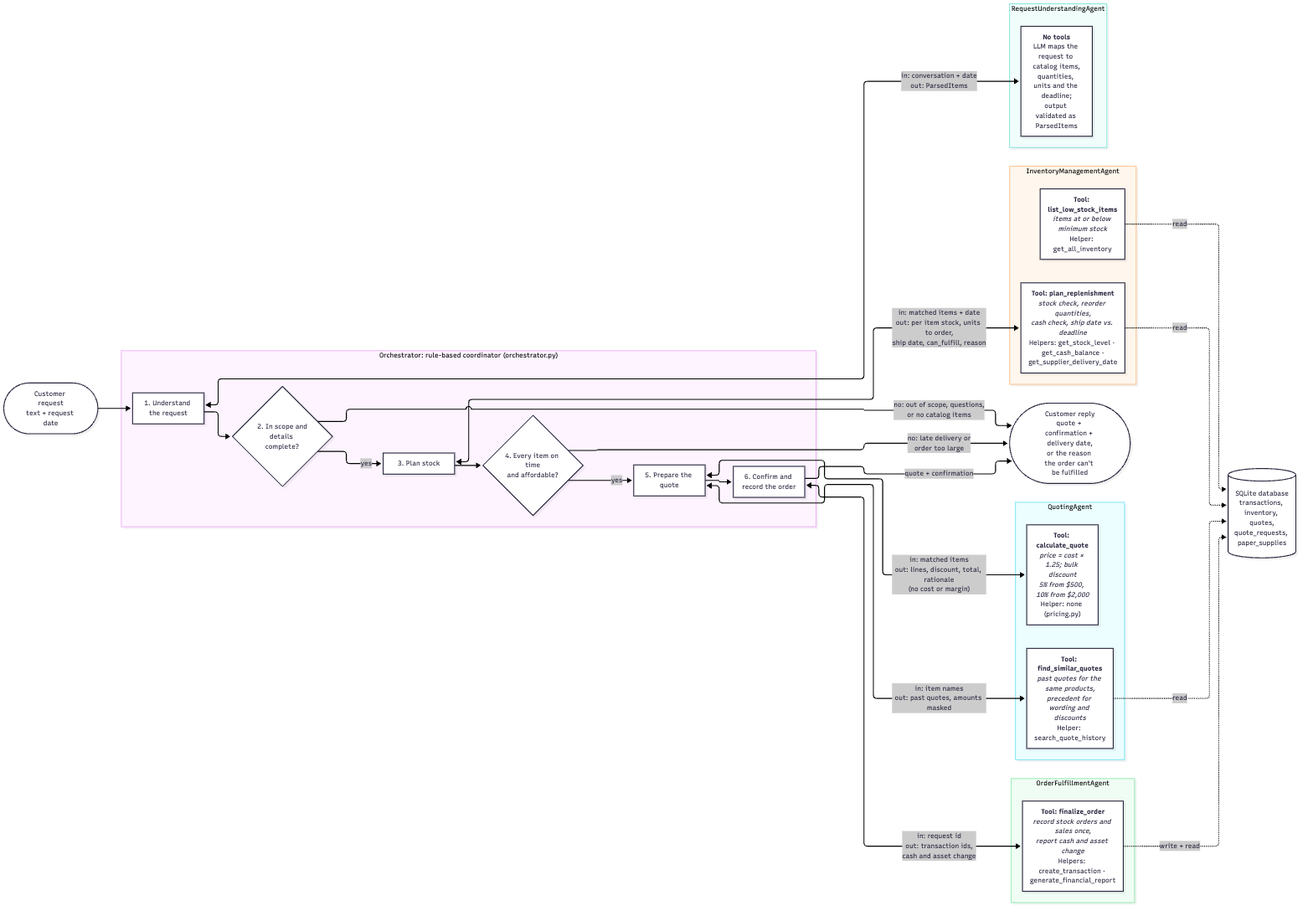
Earlier version of the Mermaid export agent_workflow_diagram.png (trzhang-ai/munder-difflin-multi-agent-system). Its source is kept beside it as agent_workflow_diagram.mmd.
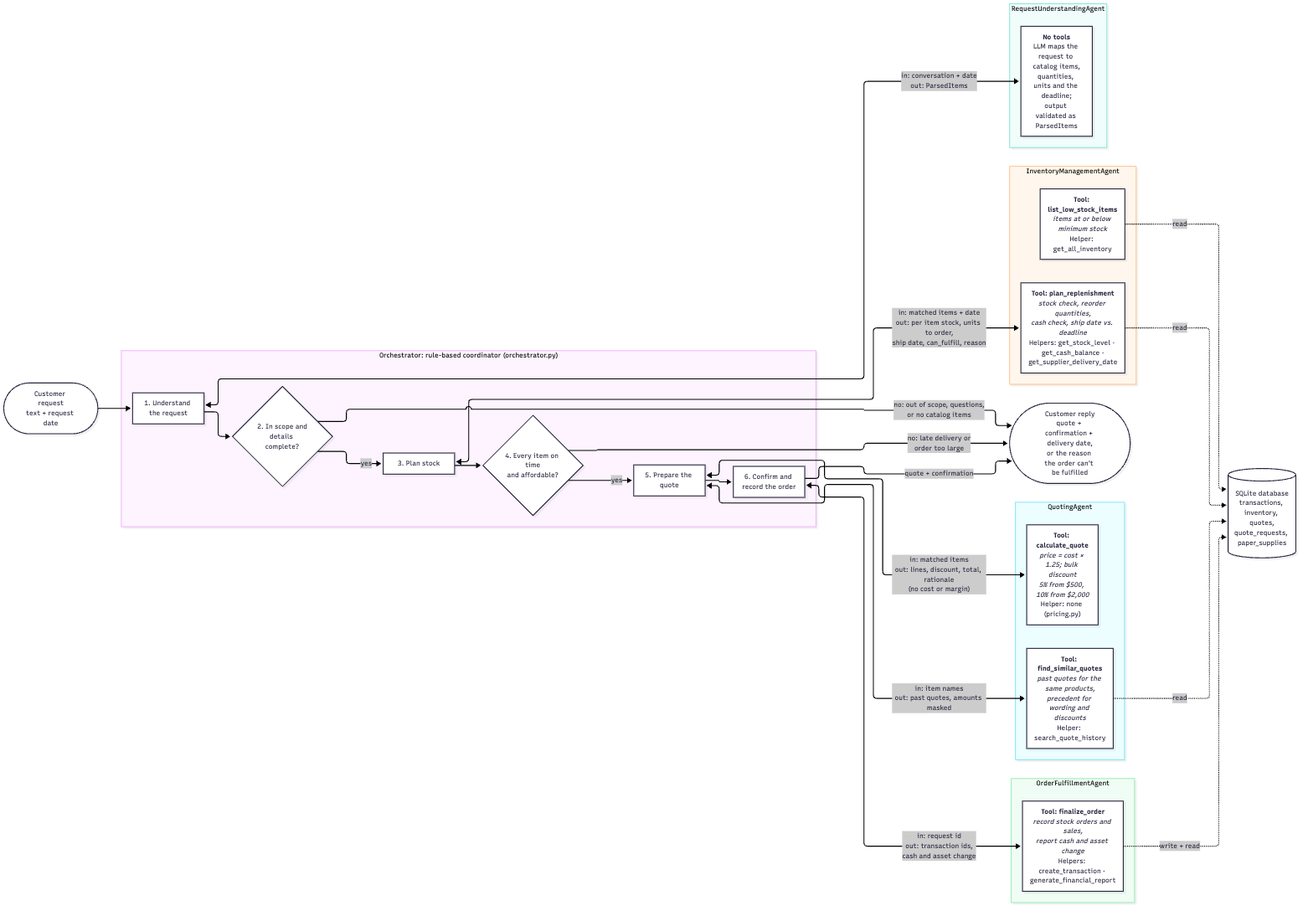
The same diagram one commit later.

Change to the diagram source:
```diff
@@ -37,7 +37,7 @@
     end
 
     subgraph OFA["OrderFulfillmentAgent"]
-        t5["<b>Tool: finalize_order</b><br/><i>record stock orders and sales once,<br/>report cash and asset change</i><br/>Helpers: create_transaction · generate_financial_report"]
+        t5["<b>Tool: finalize_order</b><br/><i>record stock orders and sales,<br/>report cash and asset change</i><br/>Helpers: create_transaction · generate_financial_report"]
     end
 
     customer --> o1
```
